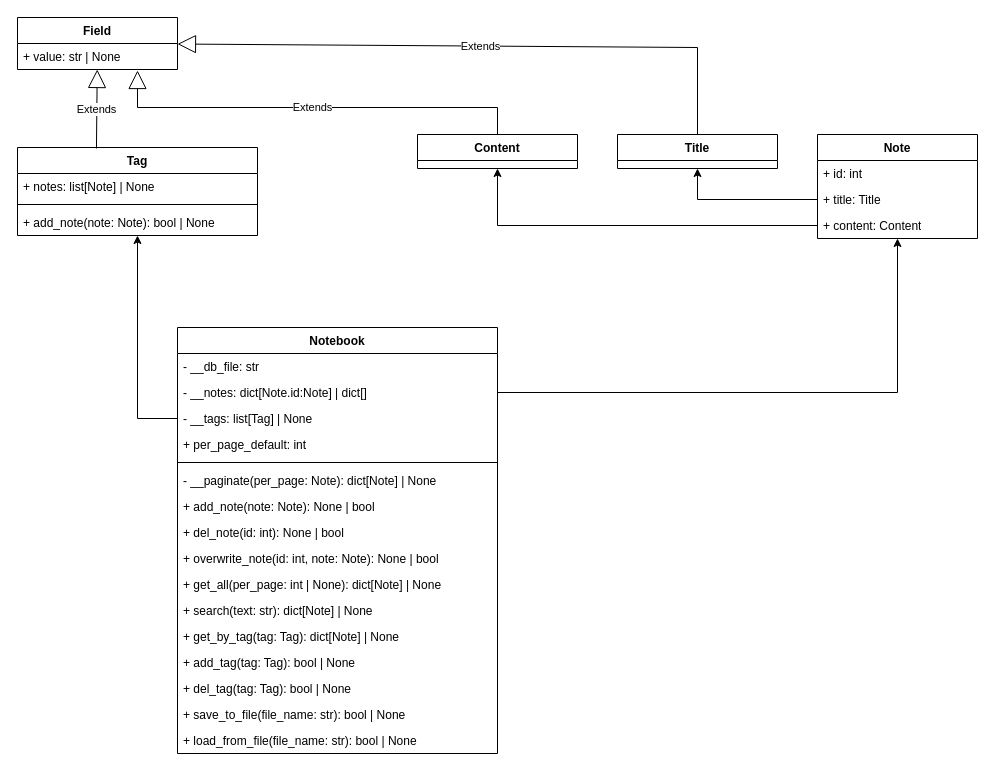
The draw.io diagram The S.O.F.T.drawio in oleverse/uml, before the edit. Source tidied: cells renumbered, new cells numbered last; positions are measured from the earlier drawing's top-left corner, leaving out a move shared by most shapes. Both pictures are drawn from the tidied source at 100%, with x=0, y=0 at pixel (17, 17).
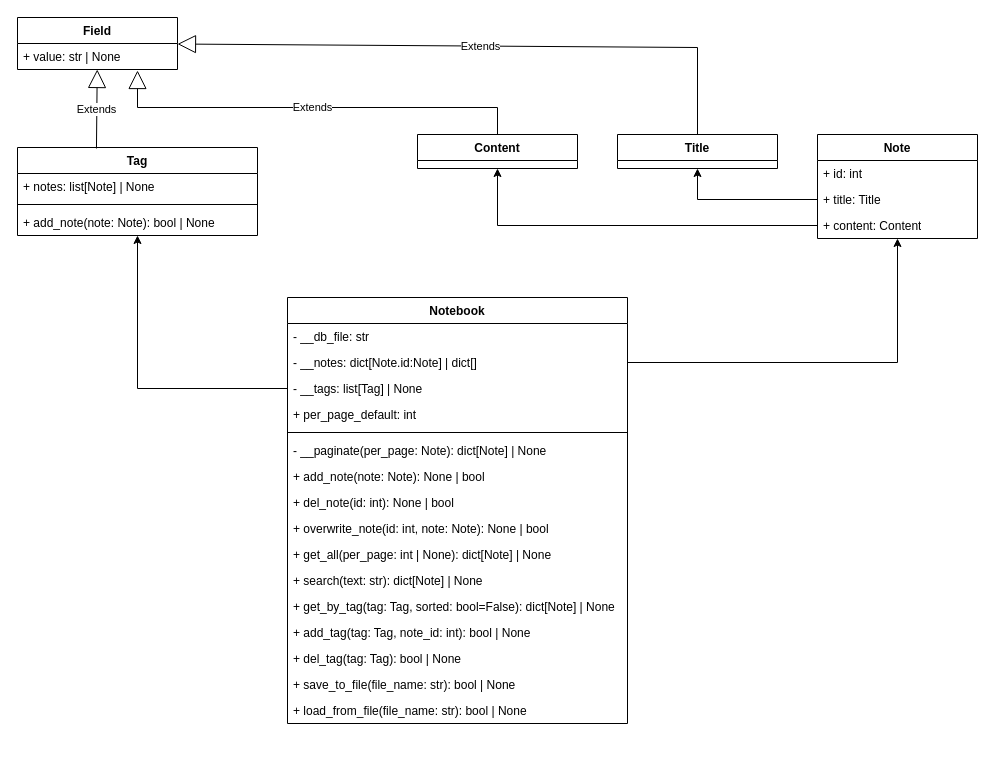
The same page after the edit.

Diff of the diagram source:
```diff
@@
     <mxCell id="6" value="&lt;div&gt;Notebook&lt;/div&gt;" style="swimlane;fontStyle=1;align=center;verticalAlign=top;horizontal=1;startSize=26;whiteSpace=wrap;html=1;" parent="1" vertex="1">
-      <mxGeometry x="160" y="310" width="320" height="426" as="geometry" />
+      <mxGeometry x="270" y="280" width="340" height="426" as="geometry" />
     </mxCell>
     <mxCell id="7" value="- __db_file: str" style="text;strokeColor=none;fillColor=none;align=left;verticalAlign=top;spacingLeft=4;spacingRight=4;overflow=hidden;whiteSpace=wrap;html=1;" parent="6" vertex="1">
-      <mxGeometry y="26" width="320" height="26" as="geometry" />
+      <mxGeometry y="26" width="340" height="26" as="geometry" />
     </mxCell>
     <mxCell id="8" value="- __notes: dict[Note.id:Note] | dict[]" style="text;strokeColor=none;fillColor=none;align=left;verticalAlign=top;spacingLeft=4;spacingRight=4;overflow=hidden;points=[[0,0.5],[1,0.5]];portConstraint=eastwest;whiteSpace=wrap;html=1;" parent="6" vertex="1">
-      <mxGeometry y="52" width="320" height="26" as="geometry" />
+      <mxGeometry y="52" width="340" height="26" as="geometry" />
     </mxCell>
     <mxCell id="9" value="&lt;div&gt;- __tags: list[Tag] | None&lt;br&gt;&lt;/div&gt;" style="text;strokeColor=none;fillColor=none;align=left;verticalAlign=top;spacingLeft=4;spacingRight=4;overflow=hidden;points=[[0,0.5],[1,0.5]];portConstraint=eastwest;whiteSpace=wrap;html=1;" parent="6" vertex="1">
-      <mxGeometry y="78" width="320" height="26" as="geometry" />
+      <mxGeometry y="78" width="340" height="26" as="geometry" />
     </mxCell>
     <mxCell id="10" value="&lt;div&gt;+ per_page_default: int&lt;br&gt;&lt;/div&gt;" style="text;strokeColor=none;fillColor=none;align=left;verticalAlign=top;spacingLeft=4;spacingRight=4;overflow=hidden;whiteSpace=wrap;html=1;" parent="6" vertex="1">
-      <mxGeometry y="104" width="320" height="26" as="geometry" />
+      <mxGeometry y="104" width="340" height="26" as="geometry" />
     </mxCell>
     <mxCell id="11" style="line;strokeWidth=1;fillColor=none;align=left;verticalAlign=middle;spacingTop=-1;spacingLeft=3;spacingRight=3;labelPosition=right;strokeColor=inherit;" parent="6" vertex="1">
-      <mxGeometry y="130" width="320" height="10" as="geometry" />
+      <mxGeometry y="130" width="340" height="10" as="geometry" />
     </mxCell>
     <mxCell id="12" value="- __paginate(per_page: Note): dict[Note] | None" style="text;strokeColor=none;fillColor=none;align=left;verticalAlign=top;spacingLeft=4;spacingRight=4;overflow=hidden;whiteSpace=wrap;html=1;" parent="6" vertex="1">
-      <mxGeometry y="140" width="320" height="26" as="geometry" />
+      <mxGeometry y="140" width="340" height="26" as="geometry" />
     </mxCell>
     <mxCell id="13" value="+ add_note(note: Note): None | bool" style="text;strokeColor=none;fillColor=none;align=left;verticalAlign=top;spacingLeft=4;spacingRight=4;overflow=hidden;whiteSpace=wrap;html=1;" parent="6" vertex="1">
-      <mxGeometry y="166" width="320" height="26" as="geometry" />
+      <mxGeometry y="166" width="340" height="26" as="geometry" />
     </mxCell>
     <mxCell id="14" value="+ del_note(id: int): None | bool" style="text;strokeColor=none;fillColor=none;align=left;verticalAlign=top;spacingLeft=4;spacingRight=4;overflow=hidden;whiteSpace=wrap;html=1;" parent="6" vertex="1">
-      <mxGeometry y="192" width="320" height="26" as="geometry" />
+      <mxGeometry y="192" width="340" height="26" as="geometry" />
     </mxCell>
     <mxCell id="15" value="+ overwrite_note(id: int, note: Note): None | bool" style="text;strokeColor=none;fillColor=none;align=left;verticalAlign=top;spacingLeft=4;spacingRight=4;overflow=hidden;whiteSpace=wrap;html=1;" parent="6" vertex="1">
-      <mxGeometry y="218" width="320" height="26" as="geometry" />
+      <mxGeometry y="218" width="340" height="26" as="geometry" />
     </mxCell>
     <mxCell id="16" value="+ get_all(per_page: int | None): dict[Note] | None" style="text;strokeColor=none;fillColor=none;align=left;verticalAlign=top;spacingLeft=4;spacingRight=4;overflow=hidden;whiteSpace=wrap;html=1;" parent="6" vertex="1">
-      <mxGeometry y="244" width="320" height="26" as="geometry" />
+      <mxGeometry y="244" width="340" height="26" as="geometry" />
     </mxCell>
     <mxCell id="17" value="+ search(text: str): dict[Note] | None" style="text;strokeColor=none;fillColor=none;align=left;verticalAlign=top;spacingLeft=4;spacingRight=4;overflow=hidden;whiteSpace=wrap;html=1;" parent="6" vertex="1">
-      <mxGeometry y="270" width="320" height="26" as="geometry" />
+      <mxGeometry y="270" width="340" height="26" as="geometry" />
     </mxCell>
-    <mxCell id="18" value="+ get_by_tag(tag: Tag): dict[Note] | None" style="text;strokeColor=none;fillColor=none;align=left;verticalAlign=top;spacingLeft=4;spacingRight=4;overflow=hidden;whiteSpace=wrap;html=1;" parent="6" vertex="1">
-      <mxGeometry y="296" width="320" height="26" as="geometry" />
+    <mxCell id="18" value="+ get_by_tag(tag: Tag, sorted: bool=False): dict[Note] | None" style="text;strokeColor=none;fillColor=none;align=left;verticalAlign=top;spacingLeft=4;spacingRight=4;overflow=hidden;whiteSpace=wrap;html=1;" parent="6" vertex="1">
+      <mxGeometry y="296" width="340" height="26" as="geometry" />
     </mxCell>
-    <mxCell id="19" value="+ add_tag(tag: Tag): bool | None" style="text;strokeColor=none;fillColor=none;align=left;verticalAlign=top;spacingLeft=4;spacingRight=4;overflow=hidden;whiteSpace=wrap;html=1;" parent="6" vertex="1">
-      <mxGeometry y="322" width="320" height="26" as="geometry" />
+    <mxCell id="19" value="+ add_tag(tag: Tag, note_id: int): bool | None" style="text;strokeColor=none;fillColor=none;align=left;verticalAlign=top;spacingLeft=4;spacingRight=4;overflow=hidden;whiteSpace=wrap;html=1;" parent="6" vertex="1">
+      <mxGeometry y="322" width="340" height="26" as="geometry" />
     </mxCell>
     <mxCell id="20" value="+ del_tag(tag: Tag): bool | None" style="text;strokeColor=none;fillColor=none;align=left;verticalAlign=top;spacingLeft=4;spacingRight=4;overflow=hidden;whiteSpace=wrap;html=1;" parent="6" vertex="1">
-      <mxGeometry y="348" width="320" height="26" as="geometry" />
+      <mxGeometry y="348" width="340" height="26" as="geometry" />
     </mxCell>
     <mxCell id="21" value="+ save_to_file(file_name: str): bool | None" style="text;strokeColor=none;fillColor=none;align=left;verticalAlign=top;spacingLeft=4;spacingRight=4;overflow=hidden;whiteSpace=wrap;html=1;" parent="6" vertex="1">
-      <mxGeometry y="374" width="320" height="26" as="geometry" />
+      <mxGeometry y="374" width="340" height="26" as="geometry" />
     </mxCell>
     <mxCell id="22" value="+ load_from_file(file_name: str): bool | None" style="text;strokeColor=none;fillColor=none;align=left;verticalAlign=top;spacingLeft=4;spacingRight=4;overflow=hidden;whiteSpace=wrap;html=1;" parent="6" vertex="1">
-      <mxGeometry y="400" width="320" height="26" as="geometry" />
+      <mxGeometry y="400" width="340" height="26" as="geometry" />
     </mxCell>
```
